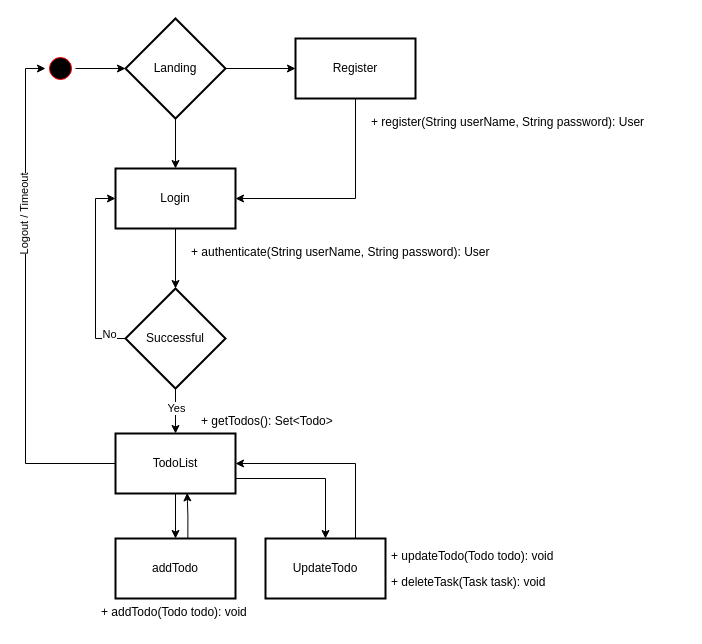
Earlier version of the draw.io diagram page "Page Flow" (2 of 2) of docs/TodoApp.drawio (codeyard/bfh-todoapp). Source tidied: cells renumbered, new cells numbered last; positions are measured from the earlier drawing's top-left corner, leaving out a move shared by most shapes. Both pictures are drawn from the tidied source at 100%, with x=0, y=0 at pixel (45, 18).
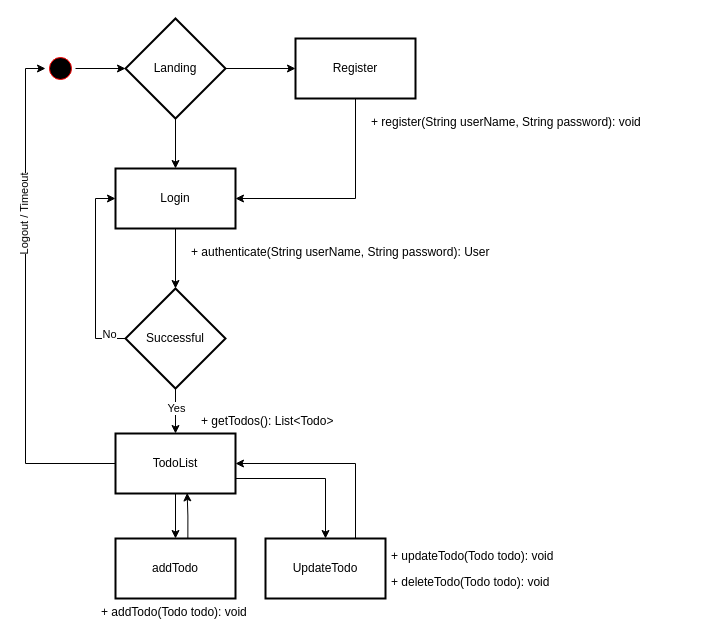
Above is the later version.

Change to the diagram source:
```diff
@@
-    <mxCell id="21" value="+ getTodos(): Set&lt;Todo&gt;" style="text;strokeColor=none;fillColor=none;align=left;verticalAlign=top;spacingLeft=4;spacingRight=4;overflow=hidden;" parent="1" vertex="1">
+    <mxCell id="21" value="+ getTodos(): List&lt;Todo&gt;" style="text;strokeColor=none;fillColor=none;align=left;verticalAlign=top;spacingLeft=4;spacingRight=4;overflow=hidden;" parent="1" vertex="1">
       <mxGeometry x="150" y="389" width="210" height="26" as="geometry" />
     </mxCell>
@@
-    <mxCell id="28" value="+ deleteTask(Task task): void" style="text;strokeColor=none;fillColor=none;align=left;verticalAlign=top;spacingLeft=4;spacingRight=4;overflow=hidden;" parent="1" vertex="1">
+    <mxCell id="28" value="+ deleteTodo(Todo todo): void" style="text;strokeColor=none;fillColor=none;align=left;verticalAlign=top;spacingLeft=4;spacingRight=4;overflow=hidden;" parent="1" vertex="1">
       <mxGeometry x="340" y="550" width="210" height="26" as="geometry" />
     </mxCell>
-    <mxCell id="29" value="+ register(String userName, String password): User" style="text;strokeColor=none;fillColor=none;align=left;verticalAlign=top;spacingLeft=4;spacingRight=4;overflow=hidden;" parent="1" vertex="1">
+    <mxCell id="29" value="+ register(String userName, String password): void" style="text;strokeColor=none;fillColor=none;align=left;verticalAlign=top;spacingLeft=4;spacingRight=4;overflow=hidden;" parent="1" vertex="1">
       <mxGeometry x="320" y="90" width="320" height="26" as="geometry" />
     </mxCell>
```
